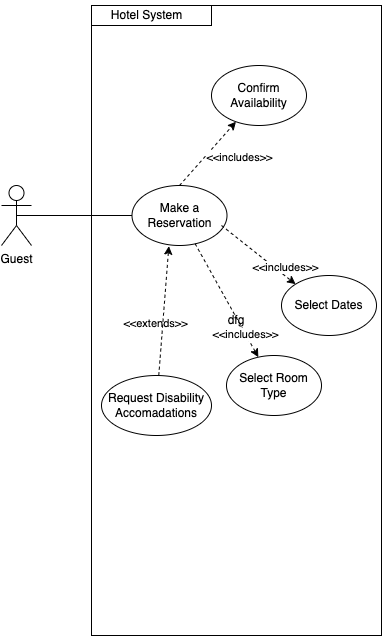
The draw.io diagram Diagrams/UseCase/Reservation.drawio.png in mclhtay/CS4471, before a commit. Source tidied: cells renumbered, new cells last; positions are measured from the earlier drawing's top-left corner, leaving out a move shared by most shapes.
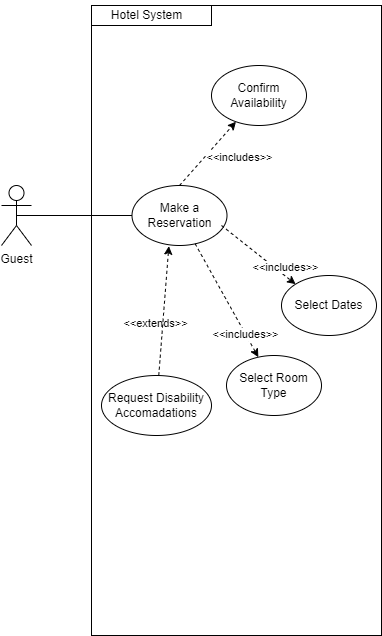
After the commit.

Commit message:
removed random text from usecase

Diff of the diagram source:
```diff
@@ -2,7 +2,7 @@
   <root>
     <mxCell id="0" />
     <mxCell id="1" parent="0" />
-    <mxCell id="2" value="dfg" style="rounded=0;whiteSpace=wrap;html=1;" parent="1" vertex="1">
+    <mxCell id="2" style="rounded=0;whiteSpace=wrap;html=1;" parent="1" vertex="1">
       <mxGeometry x="90" y="5" width="290" height="630" as="geometry" />
     </mxCell>
     <mxCell id="3" style="whiteSpace=wrap;html=1;" parent="1" vertex="1">
```
